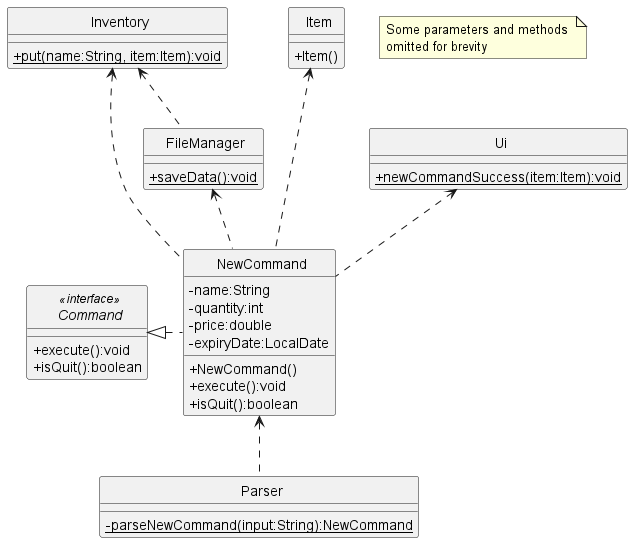
Before: docs/uml-diagrams/NewCommandClass.png, a diagram exported from PlantUML (rismm/tp).
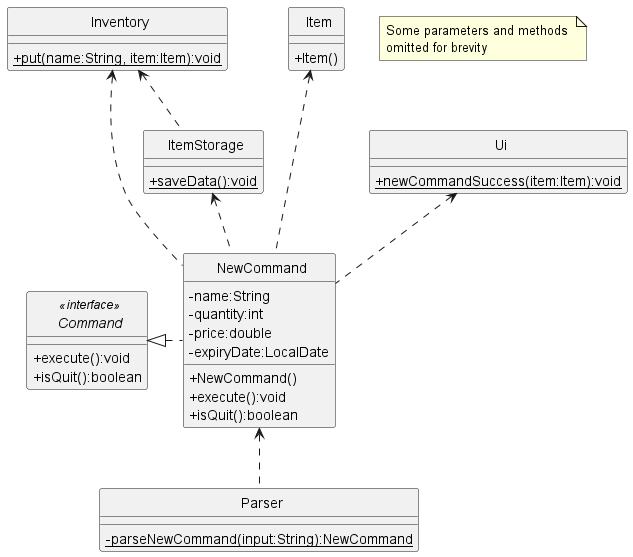
Above is the later version.

Change to the diagram source:
```diff
@@ -9,15 +9,15 @@
 class NewCommand
 class Parser
 class Ui
-class FileManager
+class ItemStorage
 
 Command <|. NewCommand
 Item <... NewCommand
 Ui <.. NewCommand
 Inventory <.. NewCommand
 NewCommand <.. Parser
-FileManager <.. NewCommand
-Inventory <.. FileManager
+ItemStorage <.. NewCommand
+Inventory <.. ItemStorage
 
 interface Command <<interface>> {
     +execute():void
@@ -50,7 +50,7 @@
     {static}-parseNewCommand(input:String):NewCommand
 }
 
-class FileManager {
+class ItemStorage {
     {static}+saveData():void
 }
 
```
